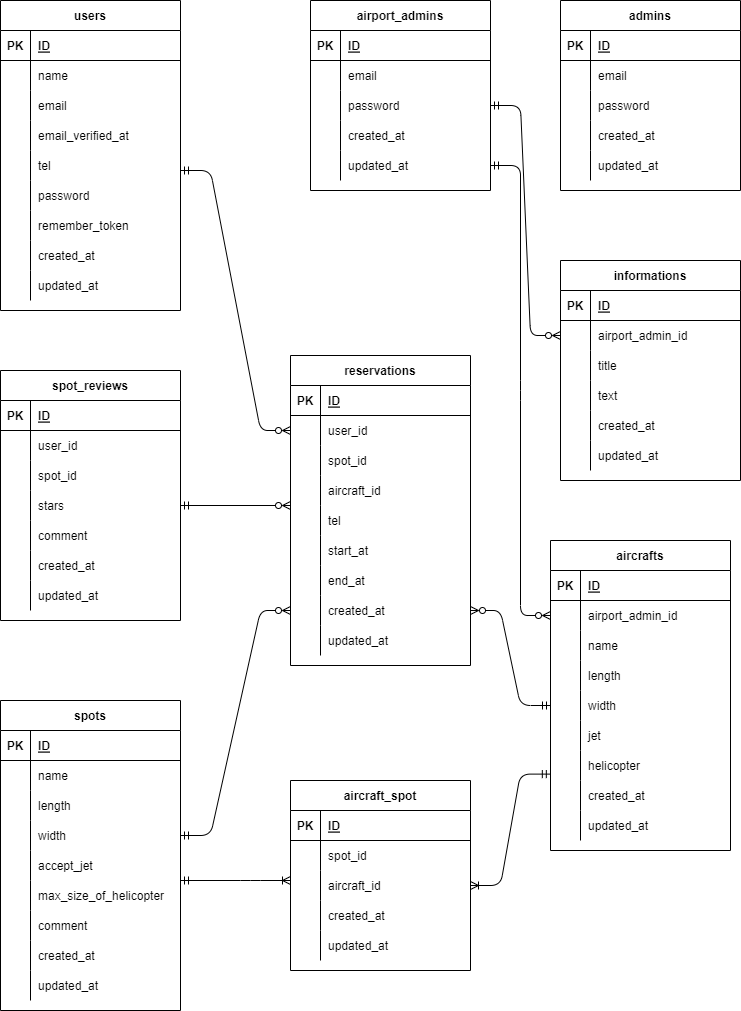
Before: ER.drawio.png, a diagram exported from draw.io (doingen/spottle). Source tidied: cells renumbered, new cells last; positions are measured from the earlier drawing's top-left corner, leaving out a move shared by most shapes.
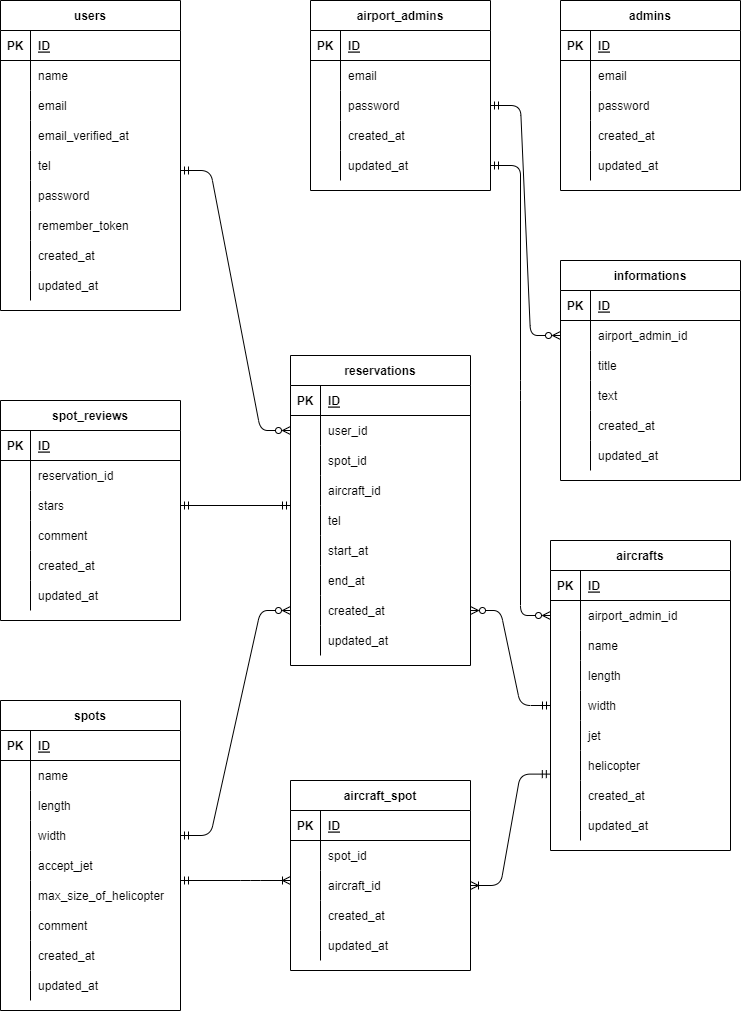
Later version of the same file.

What changed in the source:
```diff
@@ -267,7 +267,7 @@
       <mxGeometry x="30" width="150" height="30" as="geometry" />
     </mxCell>
     <mxCell id="90" value="spot_reviews" style="shape=table;startSize=30;rowLines=0;fontStyle=1;align=center;" parent="1" vertex="1">
-      <mxGeometry y="370" width="180" height="250" as="geometry" />
+      <mxGeometry y="400" width="180" height="220" as="geometry" />
     </mxCell>
     <mxCell id="91" style="shape=partialRectangle;fillColor=none;top=0;left=0;bottom=1;right=0;" parent="90" vertex="1">
       <mxGeometry y="30" width="180" height="30" as="geometry" />
@@ -284,20 +284,11 @@
     <mxCell id="95" style="shape=partialRectangle;fillColor=none;top=0;left=0;bottom=0;right=0;overflow=hidden;" parent="94" vertex="1">
       <mxGeometry width="30" height="30" as="geometry" />
     </mxCell>
-    <mxCell id="96" value="user_id" style="shape=partialRectangle;fillColor=none;top=0;left=0;bottom=0;right=0;align=left;spacingLeft=6;overflow=hidden;" parent="94" vertex="1">
+    <mxCell id="96" value="reservation_id" style="shape=partialRectangle;fillColor=none;top=0;left=0;bottom=0;right=0;align=left;spacingLeft=6;overflow=hidden;" parent="94" vertex="1">
       <mxGeometry x="30" width="150" height="30" as="geometry" />
     </mxCell>
-    <mxCell id="97" style="shape=partialRectangle;fillColor=none;top=0;left=0;bottom=0;right=0;" parent="90" vertex="1">
-      <mxGeometry y="90" width="180" height="30" as="geometry" />
-    </mxCell>
-    <mxCell id="98" style="shape=partialRectangle;fillColor=none;top=0;left=0;bottom=0;right=0;overflow=hidden;" parent="97" vertex="1">
-      <mxGeometry width="30" height="30" as="geometry" />
-    </mxCell>
-    <mxCell id="99" value="spot_id" style="shape=partialRectangle;fillColor=none;top=0;left=0;bottom=0;right=0;align=left;spacingLeft=6;overflow=hidden;" parent="97" vertex="1">
-      <mxGeometry x="30" width="150" height="30" as="geometry" />
-    </mxCell>
     <mxCell id="100" style="shape=partialRectangle;fillColor=none;top=0;left=0;bottom=0;right=0;points=[[0,0.5],[1,0.5]];portConstraint=eastwest;" parent="90" vertex="1">
-      <mxGeometry y="120" width="180" height="30" as="geometry" />
+      <mxGeometry y="90" width="180" height="30" as="geometry" />
     </mxCell>
     <mxCell id="101" style="shape=partialRectangle;fillColor=none;top=0;left=0;bottom=0;right=0;overflow=hidden;" parent="100" vertex="1">
       <mxGeometry width="30" height="30" as="geometry" />
@@ -306,7 +297,7 @@
       <mxGeometry x="30" width="150" height="30" as="geometry" />
     </mxCell>
     <mxCell id="103" style="shape=partialRectangle;fillColor=none;top=0;left=0;bottom=0;right=0;" parent="90" vertex="1">
-      <mxGeometry y="150" width="180" height="30" as="geometry" />
+      <mxGeometry y="120" width="180" height="30" as="geometry" />
     </mxCell>
     <mxCell id="104" style="shape=partialRectangle;fillColor=none;top=0;left=0;bottom=0;right=0;overflow=hidden;" parent="103" vertex="1">
       <mxGeometry width="30" height="30" as="geometry" />
@@ -315,7 +306,7 @@
       <mxGeometry x="30" width="150" height="30" as="geometry" />
     </mxCell>
     <mxCell id="106" style="shape=partialRectangle;fillColor=none;top=0;left=0;bottom=0;right=0;" parent="90" vertex="1">
-      <mxGeometry y="180" width="180" height="30" as="geometry" />
+      <mxGeometry y="150" width="180" height="30" as="geometry" />
     </mxCell>
     <mxCell id="107" style="shape=partialRectangle;fillColor=none;top=0;left=0;bottom=0;right=0;overflow=hidden;" parent="106" vertex="1">
       <mxGeometry width="30" height="30" as="geometry" />
@@ -324,7 +315,7 @@
       <mxGeometry x="30" width="150" height="30" as="geometry" />
     </mxCell>
     <mxCell id="109" style="shape=partialRectangle;fillColor=none;top=0;left=0;bottom=0;right=0;" parent="90" vertex="1">
-      <mxGeometry y="210" width="180" height="30" as="geometry" />
+      <mxGeometry y="180" width="180" height="30" as="geometry" />
     </mxCell>
     <mxCell id="110" style="shape=partialRectangle;fillColor=none;top=0;left=0;bottom=0;right=0;overflow=hidden;" parent="109" vertex="1">
       <mxGeometry width="30" height="30" as="geometry" />
@@ -565,7 +556,7 @@
     <mxCell id="188" style="edgeStyle=entityRelationEdgeStyle;fontSize=12;html=1;endArrow=ERzeroToMany;startArrow=ERmandOne;entryX=0;entryY=0.5;entryDx=0;entryDy=0;endFill=0;exitX=1;exitY=0.5;exitDx=0;exitDy=0;" parent="1" edge="1" source="72" target="134">
       <mxGeometry relative="1" as="geometry" />
     </mxCell>
-    <mxCell id="189" style="fontSize=12;html=1;endArrow=ERzeroToMany;startArrow=ERmandOne;endFill=0;exitX=1;exitY=0.5;exitDx=0;exitDy=0;" parent="1" edge="1" source="100">
+    <mxCell id="189" style="fontSize=12;html=1;endArrow=ERmandOne;startArrow=ERmandOne;endFill=0;exitX=1;exitY=0.5;exitDx=0;exitDy=0;" parent="1" edge="1" source="100">
       <mxGeometry relative="1" as="geometry">
         <mxPoint x="290" y="505" as="targetPoint" />
       </mxGeometry>
```
